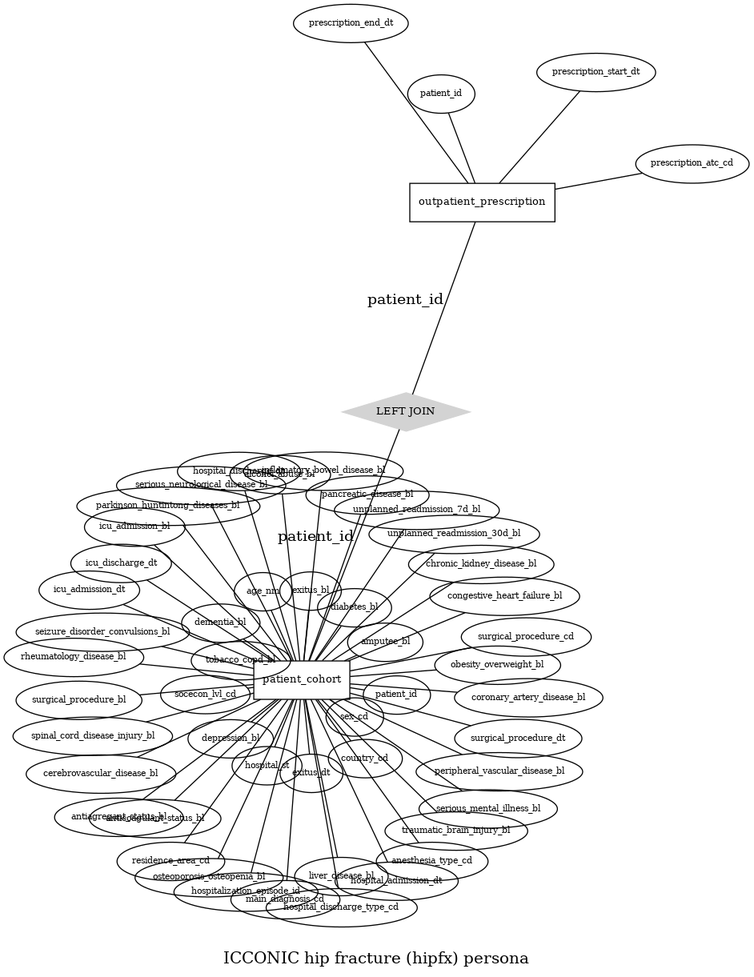
cienciadedatosysalud/ICCONIC-HIPFX keeps this Graphviz diagram as docs/CDM/ER.gv.png. Above is the earlier version. Its source is kept beside it as docs/CDM/ER.gv. Source of this version:
```dot
graph ER {
	node [shape=box]
	patient_cohort [fontsize="10pt"]
	node [shape=ellipse]
	patient_cohort_patient_id [label=patient_id fontsize="8pt"]
	patient_cohort_patient_id -- patient_cohort [len=1.5]
	patient_cohort_hospitalization_episode_id [label=hospitalization_episode_id fontsize="8pt"]
	patient_cohort_hospitalization_episode_id -- patient_cohort [len=2.1]
	patient_cohort_age_nm [label=age_nm fontsize="8pt"]
	patient_cohort_age_nm -- patient_cohort [len=1.5]
	patient_cohort_sex_cd [label=sex_cd fontsize="8pt"]
	patient_cohort_sex_cd -- patient_cohort [len=1.5]
	patient_cohort_socecon_lvl_cd [label=socecon_lvl_cd fontsize="8pt"]
	patient_cohort_socecon_lvl_cd -- patient_cohort [len=1.5]
	patient_cohort_residence_area_cd [label=residence_area_cd fontsize="8pt"]
	patient_cohort_residence_area_cd -- patient_cohort [len=2.1]
	patient_cohort_country_cd [label=country_cd fontsize="8pt"]
	patient_cohort_country_cd -- patient_cohort [len=1.5]
	patient_cohort_hospital_st [label=hospital_st fontsize="8pt"]
	patient_cohort_hospital_st -- patient_cohort [len=1.5]
	patient_cohort_hospital_admission_dt [label=hospital_admission_dt fontsize="8pt"]
	patient_cohort_hospital_admission_dt -- patient_cohort [len=2.1]
	patient_cohort_main_diagnosis_cd [label=main_diagnosis_cd fontsize="8pt"]
	patient_cohort_main_diagnosis_cd -- patient_cohort [len=2.1]
	patient_cohort_surgical_procedure_bl [label=surgical_procedure_bl fontsize="8pt"]
	patient_cohort_surgical_procedure_bl -- patient_cohort [len=2.1]
	patient_cohort_surgical_procedure_dt [label=surgical_procedure_dt fontsize="8pt"]
	patient_cohort_surgical_procedure_dt -- patient_cohort [len=2.1]
	patient_cohort_surgical_procedure_cd [label=surgical_procedure_cd fontsize="8pt"]
	patient_cohort_surgical_procedure_cd -- patient_cohort [len=2.1]
	patient_cohort_hospital_discharge_dt [label=hospital_discharge_dt fontsize="8pt"]
	patient_cohort_hospital_discharge_dt -- patient_cohort [len=2.1]
	patient_cohort_hospital_discharge_type_cd [label=hospital_discharge_type_cd fontsize="8pt"]
	patient_cohort_hospital_discharge_type_cd -- patient_cohort [len=2.1]
	patient_cohort_anesthesia_type_cd [label=anesthesia_type_cd fontsize="8pt"]
	patient_cohort_anesthesia_type_cd -- patient_cohort [len=2.1]
	patient_cohort_icu_admission_bl [label=icu_admission_bl fontsize="8pt"]
	patient_cohort_icu_admission_bl -- patient_cohort [len=2.1]
	patient_cohort_icu_admission_dt [label=icu_admission_dt fontsize="8pt"]
	patient_cohort_icu_admission_dt -- patient_cohort [len=2.1]
	patient_cohort_icu_discharge_dt [label=icu_discharge_dt fontsize="8pt"]
	patient_cohort_icu_discharge_dt -- patient_cohort [len=2.1]
	patient_cohort_anticoagulant_status_bl [label=anticoagulant_status_bl fontsize="8pt"]
	patient_cohort_anticoagulant_status_bl -- patient_cohort [len=2.1]
	patient_cohort_antiagregant_status_bl [label=antiagregant_status_bl fontsize="8pt"]
	patient_cohort_antiagregant_status_bl -- patient_cohort [len=2.1]
	patient_cohort_unplanned_readmission_7d_bl [label=unplanned_readmission_7d_bl fontsize="8pt"]
	patient_cohort_unplanned_readmission_7d_bl -- patient_cohort [len=2.1]
	patient_cohort_unplanned_readmission_30d_bl [label=unplanned_readmission_30d_bl fontsize="8pt"]
	patient_cohort_unplanned_readmission_30d_bl -- patient_cohort [len=2.1]
	patient_cohort_exitus_bl [label=exitus_bl fontsize="8pt"]
	patient_cohort_exitus_bl -- patient_cohort [len=1.5]
	patient_cohort_exitus_dt [label=exitus_dt fontsize="8pt"]
	patient_cohort_exitus_dt -- patient_cohort [len=1.5]
	patient_cohort_chronic_kidney_disease_bl [label=chronic_kidney_disease_bl fontsize="8pt"]
	patient_cohort_chronic_kidney_disease_bl -- patient_cohort [len=2.1]
	patient_cohort_tobacco_copd_bl [label=tobacco_copd_bl fontsize="8pt"]
	patient_cohort_tobacco_copd_bl -- patient_cohort [len=1.5]
	patient_cohort_depression_bl [label=depression_bl fontsize="8pt"]
	patient_cohort_depression_bl -- patient_cohort [len=1.5]
	patient_cohort_serious_mental_illness_bl [label=serious_mental_illness_bl fontsize="8pt"]
	patient_cohort_serious_mental_illness_bl -- patient_cohort [len=2.1]
	patient_cohort_alcohol_abuse_bl [label=alcohol_abuse_bl fontsize="8pt"]
	patient_cohort_alcohol_abuse_bl -- patient_cohort [len=2.1]
	patient_cohort_obesity_overweight_bl [label=obesity_overweight_bl fontsize="8pt"]
	patient_cohort_obesity_overweight_bl -- patient_cohort [len=2.1]
	patient_cohort_osteoporosis_osteopenia_bl [label=osteoporosis_osteopenia_bl fontsize="8pt"]
	patient_cohort_osteoporosis_osteopenia_bl -- patient_cohort [len=2.1]
	patient_cohort_dementia_bl [label=dementia_bl fontsize="8pt"]
	patient_cohort_dementia_bl -- patient_cohort [len=1.5]
	patient_cohort_diabetes_bl [label=diabetes_bl fontsize="8pt"]
	patient_cohort_diabetes_bl -- patient_cohort [len=1.5]
	patient_cohort_liver_disease_bl [label=liver_disease_bl fontsize="8pt"]
	patient_cohort_liver_disease_bl -- patient_cohort [len=2.1]
	patient_cohort_pancreatic_disease_bl [label=pancreatic_disease_bl fontsize="8pt"]
	patient_cohort_pancreatic_disease_bl -- patient_cohort [len=2.1]
	patient_cohort_inflamatory_bowel_disease_bl [label=inflamatory_bowel_disease_bl fontsize="8pt"]
	patient_cohort_inflamatory_bowel_disease_bl -- patient_cohort [len=2.1]
	patient_cohort_rheumatology_disease_bl [label=rheumatology_disease_bl fontsize="8pt"]
	patient_cohort_rheumatology_disease_bl -- patient_cohort [len=2.1]
	patient_cohort_spinal_cord_disease_injury_bl [label=spinal_cord_disease_injury_bl fontsize="8pt"]
	patient_cohort_spinal_cord_disease_injury_bl -- patient_cohort [len=2.1]
	patient_cohort_serious_neurological_disease_bl [label=serious_neurological_disease_bl fontsize="8pt"]
	patient_cohort_serious_neurological_disease_bl -- patient_cohort [len=2.1]
	patient_cohort_parkinson_huntintong_diseases_bl [label=parkinson_huntintong_diseases_bl fontsize="8pt"]
	patient_cohort_parkinson_huntintong_diseases_bl -- patient_cohort [len=2.1]
	patient_cohort_seizure_disorder_convulsions_bl [label=seizure_disorder_convulsions_bl fontsize="8pt"]
	patient_cohort_seizure_disorder_convulsions_bl -- patient_cohort [len=2.1]
	patient_cohort_congestive_heart_failure_bl [label=congestive_heart_failure_bl fontsize="8pt"]
	patient_cohort_congestive_heart_failure_bl -- patient_cohort [len=2.1]
	patient_cohort_coronary_artery_disease_bl [label=coronary_artery_disease_bl fontsize="8pt"]
	patient_cohort_coronary_artery_disease_bl -- patient_cohort [len=2.1]
	patient_cohort_cerebrovascular_disease_bl [label=cerebrovascular_disease_bl fontsize="8pt"]
	patient_cohort_cerebrovascular_disease_bl -- patient_cohort [len=2.1]
	patient_cohort_peripheral_vascular_disease_bl [label=peripheral_vascular_disease_bl fontsize="8pt"]
	patient_cohort_peripheral_vascular_disease_bl -- patient_cohort [len=2.1]
	patient_cohort_traumatic_brain_injury_bl [label=traumatic_brain_injury_bl fontsize="8pt"]
	patient_cohort_traumatic_brain_injury_bl -- patient_cohort [len=2.1]
	patient_cohort_amputee_bl [label=amputee_bl fontsize="8pt"]
	patient_cohort_amputee_bl -- patient_cohort [len=1.5]
	node [shape=box]
	outpatient_prescription [fontsize="10pt"]
	node [shape=ellipse]
	outpatient_prescription_patient_id [label=patient_id fontsize="8pt"]
	outpatient_prescription_patient_id -- outpatient_prescription [len=1.5]
	outpatient_prescription_prescription_atc_cd [label=prescription_atc_cd fontsize="8pt"]
	outpatient_prescription_prescription_atc_cd -- outpatient_prescription [len=2.1]
	outpatient_prescription_prescription_start_dt [label=prescription_start_dt fontsize="8pt"]
	outpatient_prescription_prescription_start_dt -- outpatient_prescription [len=2.1]
	outpatient_prescription_prescription_end_dt [label=prescription_end_dt fontsize="8pt"]
	outpatient_prescription_prescription_end_dt -- outpatient_prescription [len=2.1]
	node [shape=box]
	node [color=lightgrey shape=diamond style=filled]
	"patient_cohort-outpatient_prescription" [label="LEFT JOIN" fontsize=10]
	patient_cohort -- "patient_cohort-outpatient_prescription" [label=patient_id len=2.5]
	outpatient_prescription -- "patient_cohort-outpatient_prescription" [label=patient_id len=2.5]
	label="\nICCONIC hip fracture (hipfx) persona"
	fontsize=15
}
```
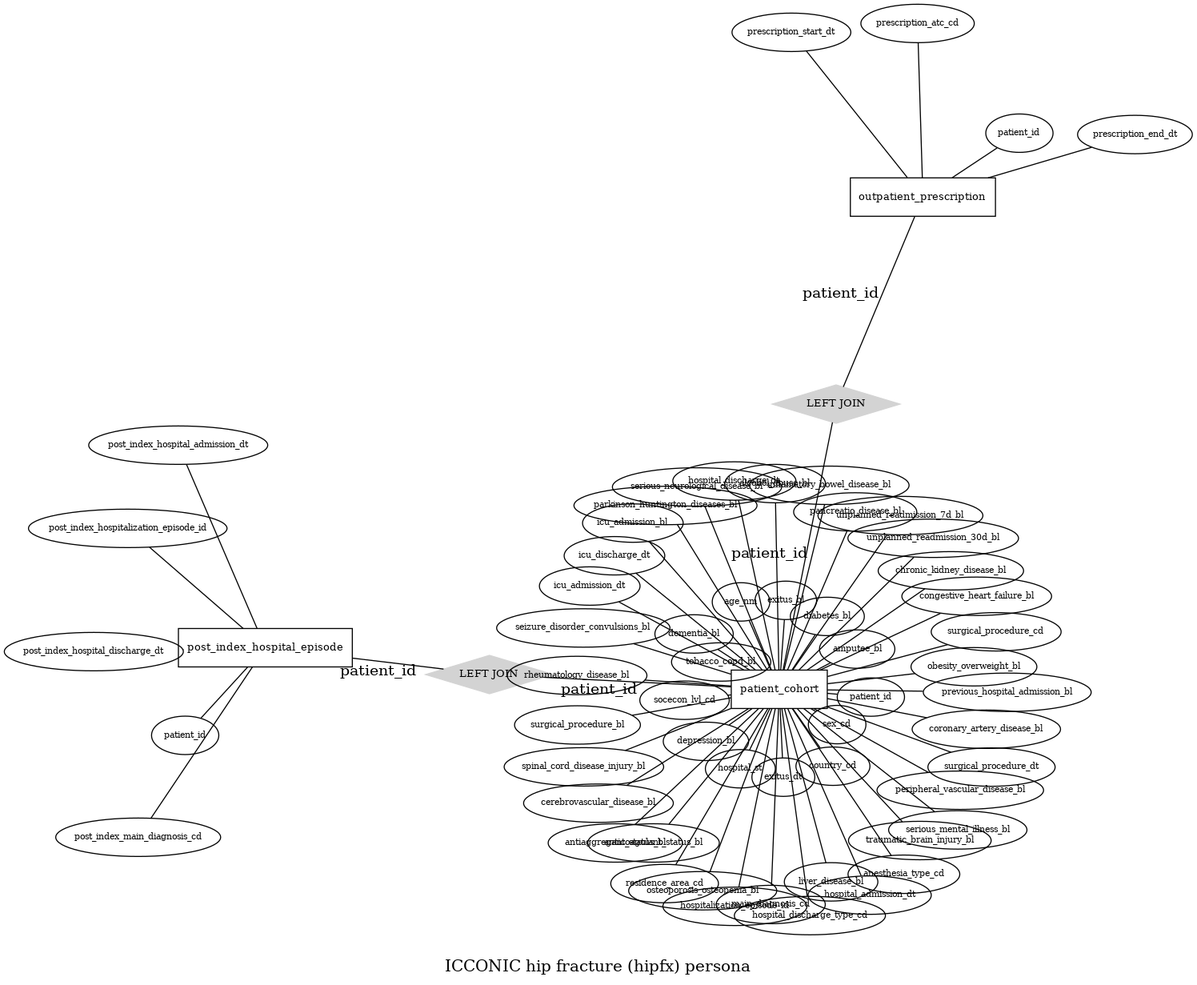
After the commit.

What changed in the source:
```diff
@@ -42,8 +42,8 @@
 	patient_cohort_icu_discharge_dt -- patient_cohort [len=2.1]
 	patient_cohort_anticoagulant_status_bl [label=anticoagulant_status_bl fontsize="8pt"]
 	patient_cohort_anticoagulant_status_bl -- patient_cohort [len=2.1]
-	patient_cohort_antiagregant_status_bl [label=antiagregant_status_bl fontsize="8pt"]
-	patient_cohort_antiagregant_status_bl -- patient_cohort [len=2.1]
+	patient_cohort_antiaggregant_status_bl [label=antiaggregant_status_bl fontsize="8pt"]
+	patient_cohort_antiaggregant_status_bl -- patient_cohort [len=2.1]
 	patient_cohort_unplanned_readmission_7d_bl [label=unplanned_readmission_7d_bl fontsize="8pt"]
 	patient_cohort_unplanned_readmission_7d_bl -- patient_cohort [len=2.1]
 	patient_cohort_unplanned_readmission_30d_bl [label=unplanned_readmission_30d_bl fontsize="8pt"]
@@ -82,8 +82,8 @@
 	patient_cohort_spinal_cord_disease_injury_bl -- patient_cohort [len=2.1]
 	patient_cohort_serious_neurological_disease_bl [label=serious_neurological_disease_bl fontsize="8pt"]
 	patient_cohort_serious_neurological_disease_bl -- patient_cohort [len=2.1]
-	patient_cohort_parkinson_huntintong_diseases_bl [label=parkinson_huntintong_diseases_bl fontsize="8pt"]
-	patient_cohort_parkinson_huntintong_diseases_bl -- patient_cohort [len=2.1]
+	patient_cohort_parkinson_huntington_diseases_bl [label=parkinson_huntington_diseases_bl fontsize="8pt"]
+	patient_cohort_parkinson_huntington_diseases_bl -- patient_cohort [len=2.1]
 	patient_cohort_seizure_disorder_convulsions_bl [label=seizure_disorder_convulsions_bl fontsize="8pt"]
 	patient_cohort_seizure_disorder_convulsions_bl -- patient_cohort [len=2.1]
 	patient_cohort_congestive_heart_failure_bl [label=congestive_heart_failure_bl fontsize="8pt"]
@@ -98,6 +98,8 @@
 	patient_cohort_traumatic_brain_injury_bl -- patient_cohort [len=2.1]
 	patient_cohort_amputee_bl [label=amputee_bl fontsize="8pt"]
 	patient_cohort_amputee_bl -- patient_cohort [len=1.5]
+	patient_cohort_previous_hospital_admission_bl [label=previous_hospital_admission_bl fontsize="8pt"]
+	patient_cohort_previous_hospital_admission_bl -- patient_cohort [len=2.1]
 	node [shape=box]
 	outpatient_prescription [fontsize="10pt"]
 	node [shape=ellipse]
@@ -110,10 +112,26 @@
 	outpatient_prescription_prescription_end_dt [label=prescription_end_dt fontsize="8pt"]
 	outpatient_prescription_prescription_end_dt -- outpatient_prescription [len=2.1]
 	node [shape=box]
+	post_index_hospital_episode [fontsize="10pt"]
+	node [shape=ellipse]
+	post_index_hospital_episode_patient_id [label=patient_id fontsize="8pt"]
+	post_index_hospital_episode_patient_id -- post_index_hospital_episode [len=1.5]
+	post_index_hospital_episode_post_index_hospitalization_episode_id [label=post_index_hospitalization_episode_id fontsize="8pt"]
+	post_index_hospital_episode_post_index_hospitalization_episode_id -- post_index_hospital_episode [len=2.1]
+	post_index_hospital_episode_post_index_hospital_admission_dt [label=post_index_hospital_admission_dt fontsize="8pt"]
+	post_index_hospital_episode_post_index_hospital_admission_dt -- post_index_hospital_episode [len=2.1]
+	post_index_hospital_episode_post_index_main_diagnosis_cd [label=post_index_main_diagnosis_cd fontsize="8pt"]
+	post_index_hospital_episode_post_index_main_diagnosis_cd -- post_index_hospital_episode [len=2.1]
+	post_index_hospital_episode_post_index_hospital_discharge_dt [label=post_index_hospital_discharge_dt fontsize="8pt"]
+	post_index_hospital_episode_post_index_hospital_discharge_dt -- post_index_hospital_episode [len=2.1]
+	node [shape=box]
 	node [color=lightgrey shape=diamond style=filled]
 	"patient_cohort-outpatient_prescription" [label="LEFT JOIN" fontsize=10]
 	patient_cohort -- "patient_cohort-outpatient_prescription" [label=patient_id len=2.5]
 	outpatient_prescription -- "patient_cohort-outpatient_prescription" [label=patient_id len=2.5]
+	"patient_cohort-post_index_hospital_episode" [label="LEFT JOIN" fontsize=10]
+	patient_cohort -- "patient_cohort-post_index_hospital_episode" [label=patient_id len=2.5]
+	post_index_hospital_episode -- "patient_cohort-post_index_hospital_episode" [label=patient_id len=2.5]
 	label="\nICCONIC hip fracture (hipfx) persona"
 	fontsize=15
 }
```
